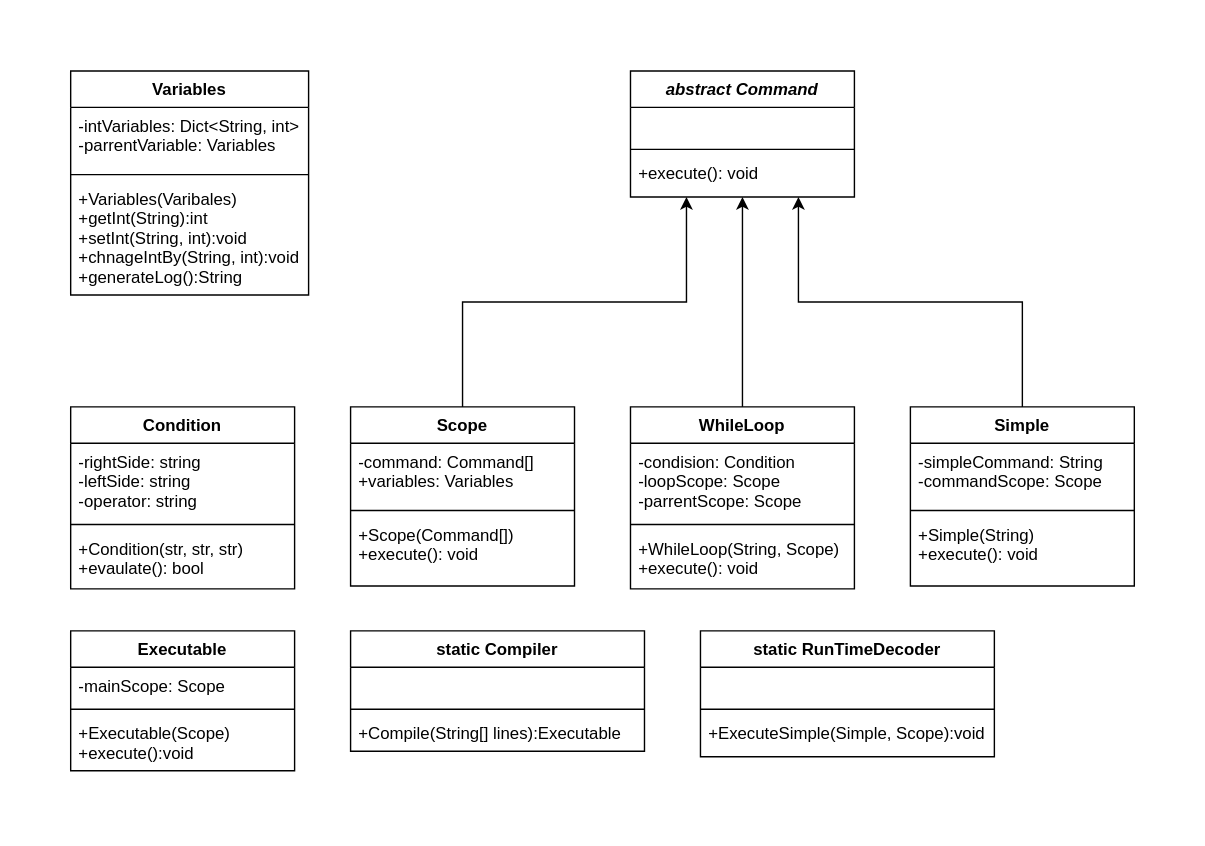
Above: BareBonesInterpreter/documentation/uml.svg in mnokno/SpaceCadets (draw.io), before the change. Source tidied: cells renumbered, new cells last; positions are measured from the earlier drawing's top-left corner, leaving out a move shared by most shapes. Its diagram source:
```xml
<mxGraphModel>
  <root>
    <mxCell id="0" />
    <mxCell id="1" parent="0" />
    <mxCell id="2" style="edgeStyle=orthogonalEdgeStyle;rounded=0;jettySize=auto;html=1;exitX=0.5;exitY=0;exitDx=0;exitDy=0;entryX=0.25;entryY=1;entryDx=0;entryDy=0;" parent="1" edge="1" source="3" target="7">
      <mxGeometry relative="1" as="geometry" />
    </mxCell>
    <mxCell id="3" value="Scope" style="swimlane;fontStyle=1;align=center;verticalAlign=top;horizontal=1;startSize=26;rounded=0;shadow=0;strokeWidth=1;" parent="1" vertex="1">
      <mxGeometry x="200" y="240" width="160" height="128" as="geometry" />
    </mxCell>
    <mxCell id="4" value="-command: Command[]&#10;+variables: Variables" style="text;align=left;verticalAlign=top;spacingLeft=4;spacingRight=4;overflow=hidden;" parent="3" vertex="1">
      <mxGeometry y="26" width="160" height="44" as="geometry" />
    </mxCell>
    <mxCell id="5" style="line;html=1;strokeWidth=1;align=left;verticalAlign=middle;spacingTop=-1;spacingLeft=3;spacingRight=3;labelPosition=right;" parent="3" vertex="1">
      <mxGeometry y="70" width="160" height="8" as="geometry" />
    </mxCell>
    <mxCell id="6" value="+Scope(Command[])&#10;+execute(): void" style="text;align=left;verticalAlign=top;spacingLeft=4;spacingRight=4;overflow=hidden;fontStyle=0;" parent="3" vertex="1">
      <mxGeometry y="78" width="160" height="50" as="geometry" />
    </mxCell>
    <mxCell id="7" value="abstract Command" style="swimlane;fontStyle=3;align=center;verticalAlign=top;horizontal=1;startSize=26;rounded=0;shadow=0;strokeWidth=1;" parent="1" vertex="1">
      <mxGeometry x="400" width="160" height="90" as="geometry" />
    </mxCell>
    <mxCell id="8" value=" " style="text;align=left;verticalAlign=top;spacingLeft=4;spacingRight=4;overflow=hidden;" parent="7" vertex="1">
      <mxGeometry y="26" width="160" height="26" as="geometry" />
    </mxCell>
    <mxCell id="9" style="line;html=1;strokeWidth=1;align=left;verticalAlign=middle;spacingTop=-1;spacingLeft=3;spacingRight=3;labelPosition=right;" parent="7" vertex="1">
      <mxGeometry y="52" width="160" height="8" as="geometry" />
    </mxCell>
    <mxCell id="10" value="+execute(): void" style="text;align=left;verticalAlign=top;spacingLeft=4;spacingRight=4;overflow=hidden;fontStyle=0;" parent="7" vertex="1">
      <mxGeometry y="60" width="160" height="26" as="geometry" />
    </mxCell>
    <mxCell id="11" style="edgeStyle=orthogonalEdgeStyle;rounded=0;jettySize=auto;html=1;exitX=0.5;exitY=0;exitDx=0;exitDy=0;entryX=0.75;entryY=1;entryDx=0;entryDy=0;" parent="1" edge="1" source="12" target="7">
      <mxGeometry relative="1" as="geometry" />
    </mxCell>
    <mxCell id="12" value="Simple" style="swimlane;fontStyle=1;align=center;verticalAlign=top;horizontal=1;startSize=26;rounded=0;shadow=0;strokeWidth=1;" parent="1" vertex="1">
      <mxGeometry x="600" y="240" width="160" height="128" as="geometry" />
    </mxCell>
    <mxCell id="13" value="-simpleCommand: String&#10;-commandScope: Scope" style="text;align=left;verticalAlign=top;spacingLeft=4;spacingRight=4;overflow=hidden;" parent="12" vertex="1">
      <mxGeometry y="26" width="160" height="44" as="geometry" />
    </mxCell>
    <mxCell id="14" style="line;html=1;strokeWidth=1;align=left;verticalAlign=middle;spacingTop=-1;spacingLeft=3;spacingRight=3;labelPosition=right;" parent="12" vertex="1">
      <mxGeometry y="70" width="160" height="8" as="geometry" />
    </mxCell>
    <mxCell id="15" value="+Simple(String)&#10;+execute(): void" style="text;align=left;verticalAlign=top;spacingLeft=4;spacingRight=4;overflow=hidden;fontStyle=0;" parent="12" vertex="1">
      <mxGeometry y="78" width="160" height="50" as="geometry" />
    </mxCell>
    <mxCell id="16" style="edgeStyle=orthogonalEdgeStyle;rounded=0;jettySize=auto;html=1;exitX=0.5;exitY=0;exitDx=0;exitDy=0;entryX=0.5;entryY=1;entryDx=0;entryDy=0;" parent="1" edge="1" source="17" target="7">
      <mxGeometry relative="1" as="geometry" />
    </mxCell>
    <mxCell id="17" value="WhileLoop" style="swimlane;fontStyle=1;align=center;verticalAlign=top;horizontal=1;startSize=26;rounded=0;shadow=0;strokeWidth=1;" parent="1" vertex="1">
      <mxGeometry x="400" y="240" width="160" height="130" as="geometry" />
    </mxCell>
    <mxCell id="18" value="-condision: Condition&#10;-loopScope: Scope&#10;-parrentScope: Scope" style="text;align=left;verticalAlign=top;spacingLeft=4;spacingRight=4;overflow=hidden;" parent="17" vertex="1">
      <mxGeometry y="26" width="160" height="54" as="geometry" />
    </mxCell>
    <mxCell id="19" style="line;html=1;strokeWidth=1;align=left;verticalAlign=middle;spacingTop=-1;spacingLeft=3;spacingRight=3;labelPosition=right;" parent="17" vertex="1">
      <mxGeometry y="80" width="160" height="8" as="geometry" />
    </mxCell>
    <mxCell id="20" value="+WhileLoop(String, Scope)&#10;+execute(): void" style="text;align=left;verticalAlign=top;spacingLeft=4;spacingRight=4;overflow=hidden;fontStyle=0;" parent="17" vertex="1">
      <mxGeometry y="88" width="160" height="42" as="geometry" />
    </mxCell>
    <mxCell id="21" value="Variables" style="swimlane;fontStyle=1;align=center;verticalAlign=top;horizontal=1;startSize=26;" parent="1" vertex="1">
      <mxGeometry width="170" height="160" as="geometry" />
    </mxCell>
    <mxCell id="22" value="-intVariables: Dict&lt;String, int&gt; &#10;-parrentVariable: Variables" style="text;strokeColor=none;fillColor=none;align=left;verticalAlign=top;spacingLeft=4;spacingRight=4;overflow=hidden;" parent="21" vertex="1">
      <mxGeometry y="26" width="170" height="44" as="geometry" />
    </mxCell>
    <mxCell id="23" style="line;strokeWidth=1;fillColor=none;align=left;verticalAlign=middle;spacingTop=-1;spacingLeft=3;spacingRight=3;labelPosition=right;" parent="21" vertex="1">
      <mxGeometry y="70" width="170" height="8" as="geometry" />
    </mxCell>
    <mxCell id="24" value="+Variables(Varibales)&#10;+getInt(String):int&#10;+setInt(String, int):void&#10;+chnageIntBy(String, int):void&#10;+generateLog():String" style="text;strokeColor=none;fillColor=none;align=left;verticalAlign=top;spacingLeft=4;spacingRight=4;overflow=hidden;" parent="21" vertex="1">
      <mxGeometry y="78" width="170" height="82" as="geometry" />
    </mxCell>
    <mxCell id="25" value="static Compiler" style="swimlane;fontStyle=1;align=center;verticalAlign=top;horizontal=1;startSize=26;" parent="1" vertex="1">
      <mxGeometry x="200" y="400" width="210" height="86" as="geometry" />
    </mxCell>
    <mxCell id="26" value="  " style="text;strokeColor=none;fillColor=none;align=left;verticalAlign=top;spacingLeft=4;spacingRight=4;overflow=hidden;" parent="25" vertex="1">
      <mxGeometry y="26" width="210" height="26" as="geometry" />
    </mxCell>
    <mxCell id="27" style="line;strokeWidth=1;fillColor=none;align=left;verticalAlign=middle;spacingTop=-1;spacingLeft=3;spacingRight=3;labelPosition=right;" parent="25" vertex="1">
      <mxGeometry y="52" width="210" height="8" as="geometry" />
    </mxCell>
    <mxCell id="28" value="+Compile(String[] lines):Executable" style="text;strokeColor=none;fillColor=none;align=left;verticalAlign=top;spacingLeft=4;spacingRight=4;overflow=hidden;" parent="25" vertex="1">
      <mxGeometry y="60" width="210" height="26" as="geometry" />
    </mxCell>
    <mxCell id="29" value="Executable" style="swimlane;fontStyle=1;align=center;verticalAlign=top;horizontal=1;startSize=26;" parent="1" vertex="1">
      <mxGeometry y="400" width="160" height="100" as="geometry" />
    </mxCell>
    <mxCell id="30" value="-mainScope: Scope" style="text;strokeColor=none;fillColor=none;align=left;verticalAlign=top;spacingLeft=4;spacingRight=4;overflow=hidden;" parent="29" vertex="1">
      <mxGeometry y="26" width="160" height="26" as="geometry" />
    </mxCell>
    <mxCell id="31" style="line;strokeWidth=1;fillColor=none;align=left;verticalAlign=middle;spacingTop=-1;spacingLeft=3;spacingRight=3;labelPosition=right;" parent="29" vertex="1">
      <mxGeometry y="52" width="160" height="8" as="geometry" />
    </mxCell>
    <mxCell id="32" value="+Executable(Scope)&#10;+execute():void" style="text;strokeColor=none;fillColor=none;align=left;verticalAlign=top;spacingLeft=4;spacingRight=4;overflow=hidden;" parent="29" vertex="1">
      <mxGeometry y="60" width="160" height="40" as="geometry" />
    </mxCell>
    <mxCell id="33" value="static RunTimeDecoder" style="swimlane;fontStyle=1;align=center;verticalAlign=top;horizontal=1;startSize=26;" parent="1" vertex="1">
      <mxGeometry x="450" y="400" width="210" height="90" as="geometry" />
    </mxCell>
    <mxCell id="34" value="  " style="text;strokeColor=none;fillColor=none;align=left;verticalAlign=top;spacingLeft=4;spacingRight=4;overflow=hidden;" parent="33" vertex="1">
      <mxGeometry y="26" width="210" height="26" as="geometry" />
    </mxCell>
    <mxCell id="35" style="line;strokeWidth=1;fillColor=none;align=left;verticalAlign=middle;spacingTop=-1;spacingLeft=3;spacingRight=3;labelPosition=right;" parent="33" vertex="1">
      <mxGeometry y="52" width="210" height="8" as="geometry" />
    </mxCell>
    <mxCell id="36" value="+ExecuteSimple(Simple, Scope):void&#10;" style="text;strokeColor=none;fillColor=none;align=left;verticalAlign=top;spacingLeft=4;spacingRight=4;overflow=hidden;" parent="33" vertex="1">
      <mxGeometry y="60" width="210" height="30" as="geometry" />
    </mxCell>
    <mxCell id="37" value="Condition" style="swimlane;fontStyle=1;align=center;verticalAlign=top;horizontal=1;startSize=26;" parent="1" vertex="1">
      <mxGeometry y="240" width="160" height="130" as="geometry" />
    </mxCell>
    <mxCell id="38" value="-rightSide: string&#10;-leftSide: string&#10;-operator: string&#10;" style="text;strokeColor=none;fillColor=none;align=left;verticalAlign=top;spacingLeft=4;spacingRight=4;overflow=hidden;" parent="37" vertex="1">
      <mxGeometry y="26" width="160" height="54" as="geometry" />
    </mxCell>
    <mxCell id="39" style="line;strokeWidth=1;fillColor=none;align=left;verticalAlign=middle;spacingTop=-1;spacingLeft=3;spacingRight=3;labelPosition=right;" parent="37" vertex="1">
      <mxGeometry y="80" width="160" height="8" as="geometry" />
    </mxCell>
    <mxCell id="40" value="+Condition(str, str, str)&#10;+evaulate(): bool" style="text;strokeColor=none;fillColor=none;align=left;verticalAlign=top;spacingLeft=4;spacingRight=4;overflow=hidden;" parent="37" vertex="1">
      <mxGeometry y="88" width="160" height="42" as="geometry" />
    </mxCell>
  </root>
</mxGraphModel>
```
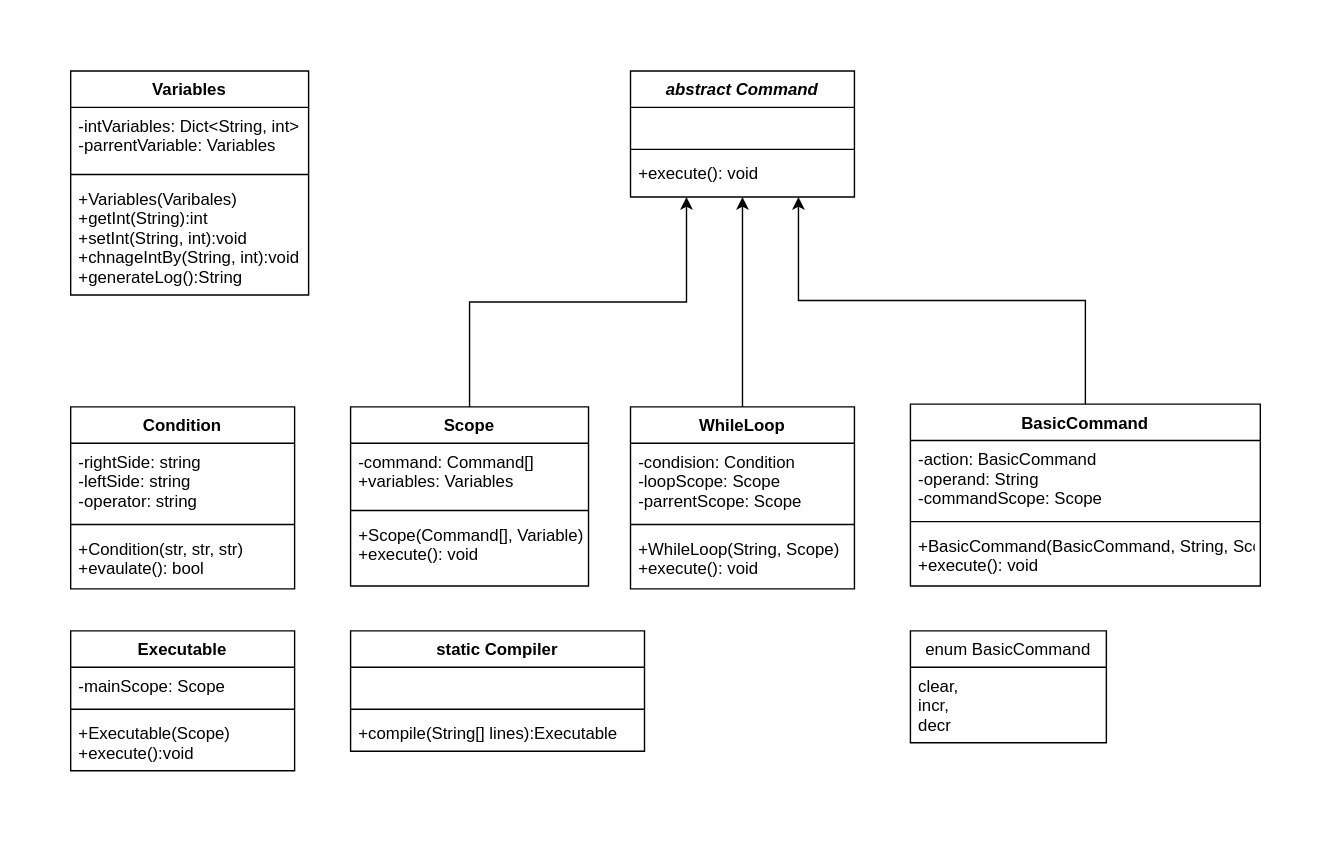
Later version of the same file.

What changed in the source:
```diff
@@ -6,16 +6,16 @@
       <mxGeometry relative="1" as="geometry" />
     </mxCell>
     <mxCell id="3" value="Scope" style="swimlane;fontStyle=1;align=center;verticalAlign=top;horizontal=1;startSize=26;rounded=0;shadow=0;strokeWidth=1;" parent="1" vertex="1">
-      <mxGeometry x="200" y="240" width="160" height="128" as="geometry" />
+      <mxGeometry x="200" y="240" width="170" height="128" as="geometry" />
     </mxCell>
     <mxCell id="4" value="-command: Command[]&#10;+variables: Variables" style="text;align=left;verticalAlign=top;spacingLeft=4;spacingRight=4;overflow=hidden;" parent="3" vertex="1">
-      <mxGeometry y="26" width="160" height="44" as="geometry" />
+      <mxGeometry y="26" width="170" height="44" as="geometry" />
     </mxCell>
     <mxCell id="5" style="line;html=1;strokeWidth=1;align=left;verticalAlign=middle;spacingTop=-1;spacingLeft=3;spacingRight=3;labelPosition=right;" parent="3" vertex="1">
-      <mxGeometry y="70" width="160" height="8" as="geometry" />
+      <mxGeometry y="70" width="170" height="8" as="geometry" />
     </mxCell>
-    <mxCell id="6" value="+Scope(Command[])&#10;+execute(): void" style="text;align=left;verticalAlign=top;spacingLeft=4;spacingRight=4;overflow=hidden;fontStyle=0;" parent="3" vertex="1">
-      <mxGeometry y="78" width="160" height="50" as="geometry" />
+    <mxCell id="6" value="+Scope(Command[], Variable)&#10;+execute(): void" style="text;align=left;verticalAlign=top;spacingLeft=4;spacingRight=4;overflow=hidden;fontStyle=0;" parent="3" vertex="1">
+      <mxGeometry y="78" width="170" height="50" as="geometry" />
     </mxCell>
     <mxCell id="7" value="abstract Command" style="swimlane;fontStyle=3;align=center;verticalAlign=top;horizontal=1;startSize=26;rounded=0;shadow=0;strokeWidth=1;" parent="1" vertex="1">
       <mxGeometry x="400" width="160" height="90" as="geometry" />
@@ -29,21 +29,9 @@
     <mxCell id="10" value="+execute(): void" style="text;align=left;verticalAlign=top;spacingLeft=4;spacingRight=4;overflow=hidden;fontStyle=0;" parent="7" vertex="1">
       <mxGeometry y="60" width="160" height="26" as="geometry" />
     </mxCell>
-    <mxCell id="11" style="edgeStyle=orthogonalEdgeStyle;rounded=0;jettySize=auto;html=1;exitX=0.5;exitY=0;exitDx=0;exitDy=0;entryX=0.75;entryY=1;entryDx=0;entryDy=0;" parent="1" edge="1" source="12" target="7">
+    <mxCell id="11" style="edgeStyle=orthogonalEdgeStyle;rounded=0;jettySize=auto;html=1;exitX=0.5;exitY=0;exitDx=0;exitDy=0;entryX=0.75;entryY=1;entryDx=0;entryDy=0;" parent="1" edge="1" source="41" target="7">
       <mxGeometry relative="1" as="geometry" />
     </mxCell>
-    <mxCell id="12" value="Simple" style="swimlane;fontStyle=1;align=center;verticalAlign=top;horizontal=1;startSize=26;rounded=0;shadow=0;strokeWidth=1;" parent="1" vertex="1">
-      <mxGeometry x="600" y="240" width="160" height="128" as="geometry" />
-    </mxCell>
-    <mxCell id="13" value="-simpleCommand: String&#10;-commandScope: Scope" style="text;align=left;verticalAlign=top;spacingLeft=4;spacingRight=4;overflow=hidden;" parent="12" vertex="1">
-      <mxGeometry y="26" width="160" height="44" as="geometry" />
-    </mxCell>
-    <mxCell id="14" style="line;html=1;strokeWidth=1;align=left;verticalAlign=middle;spacingTop=-1;spacingLeft=3;spacingRight=3;labelPosition=right;" parent="12" vertex="1">
-      <mxGeometry y="70" width="160" height="8" as="geometry" />
-    </mxCell>
-    <mxCell id="15" value="+Simple(String)&#10;+execute(): void" style="text;align=left;verticalAlign=top;spacingLeft=4;spacingRight=4;overflow=hidden;fontStyle=0;" parent="12" vertex="1">
-      <mxGeometry y="78" width="160" height="50" as="geometry" />
-    </mxCell>
     <mxCell id="16" style="edgeStyle=orthogonalEdgeStyle;rounded=0;jettySize=auto;html=1;exitX=0.5;exitY=0;exitDx=0;exitDy=0;entryX=0.5;entryY=1;entryDx=0;entryDy=0;" parent="1" edge="1" source="17" target="7">
       <mxGeometry relative="1" as="geometry" />
     </mxCell>
@@ -80,7 +68,7 @@
     <mxCell id="27" style="line;strokeWidth=1;fillColor=none;align=left;verticalAlign=middle;spacingTop=-1;spacingLeft=3;spacingRight=3;labelPosition=right;" parent="25" vertex="1">
       <mxGeometry y="52" width="210" height="8" as="geometry" />
     </mxCell>
-    <mxCell id="28" value="+Compile(String[] lines):Executable" style="text;strokeColor=none;fillColor=none;align=left;verticalAlign=top;spacingLeft=4;spacingRight=4;overflow=hidden;" parent="25" vertex="1">
+    <mxCell id="28" value="+compile(String[] lines):Executable" style="text;strokeColor=none;fillColor=none;align=left;verticalAlign=top;spacingLeft=4;spacingRight=4;overflow=hidden;" parent="25" vertex="1">
       <mxGeometry y="60" width="210" height="26" as="geometry" />
     </mxCell>
     <mxCell id="29" value="Executable" style="swimlane;fontStyle=1;align=center;verticalAlign=top;horizontal=1;startSize=26;" parent="1" vertex="1">
@@ -95,18 +83,6 @@
     <mxCell id="32" value="+Executable(Scope)&#10;+execute():void" style="text;strokeColor=none;fillColor=none;align=left;verticalAlign=top;spacingLeft=4;spacingRight=4;overflow=hidden;" parent="29" vertex="1">
       <mxGeometry y="60" width="160" height="40" as="geometry" />
     </mxCell>
-    <mxCell id="33" value="static RunTimeDecoder" style="swimlane;fontStyle=1;align=center;verticalAlign=top;horizontal=1;startSize=26;" parent="1" vertex="1">
-      <mxGeometry x="450" y="400" width="210" height="90" as="geometry" />
-    </mxCell>
-    <mxCell id="34" value="  " style="text;strokeColor=none;fillColor=none;align=left;verticalAlign=top;spacingLeft=4;spacingRight=4;overflow=hidden;" parent="33" vertex="1">
-      <mxGeometry y="26" width="210" height="26" as="geometry" />
-    </mxCell>
-    <mxCell id="35" style="line;strokeWidth=1;fillColor=none;align=left;verticalAlign=middle;spacingTop=-1;spacingLeft=3;spacingRight=3;labelPosition=right;" parent="33" vertex="1">
-      <mxGeometry y="52" width="210" height="8" as="geometry" />
-    </mxCell>
-    <mxCell id="36" value="+ExecuteSimple(Simple, Scope):void&#10;" style="text;strokeColor=none;fillColor=none;align=left;verticalAlign=top;spacingLeft=4;spacingRight=4;overflow=hidden;" parent="33" vertex="1">
-      <mxGeometry y="60" width="210" height="30" as="geometry" />
-    </mxCell>
     <mxCell id="37" value="Condition" style="swimlane;fontStyle=1;align=center;verticalAlign=top;horizontal=1;startSize=26;" parent="1" vertex="1">
       <mxGeometry y="240" width="160" height="130" as="geometry" />
     </mxCell>
@@ -119,5 +95,23 @@
     <mxCell id="40" value="+Condition(str, str, str)&#10;+evaulate(): bool" style="text;strokeColor=none;fillColor=none;align=left;verticalAlign=top;spacingLeft=4;spacingRight=4;overflow=hidden;" parent="37" vertex="1">
       <mxGeometry y="88" width="160" height="42" as="geometry" />
     </mxCell>
+    <mxCell id="41" value="BasicCommand" style="swimlane;fontStyle=1;align=center;verticalAlign=top;horizontal=1;startSize=26;" parent="1" vertex="1">
+      <mxGeometry x="600" y="238" width="250" height="130" as="geometry" />
+    </mxCell>
+    <mxCell id="42" value="-action: BasicAction&#10;-operand: String&#10;-commandScope: Scope" style="text;strokeColor=none;fillColor=none;align=left;verticalAlign=top;spacingLeft=4;spacingRight=4;overflow=hidden;" parent="41" vertex="1">
+      <mxGeometry y="26" width="250" height="54" as="geometry" />
+    </mxCell>
+    <mxCell id="43" style="line;strokeWidth=1;fillColor=none;align=left;verticalAlign=middle;spacingTop=-1;spacingLeft=3;spacingRight=3;labelPosition=right;" parent="41" vertex="1">
+      <mxGeometry y="80" width="250" height="8" as="geometry" />
+    </mxCell>
+    <mxCell id="44" value="+BasicCommand(BasicAction, String, Scope)&#10;+execute(): void" style="text;strokeColor=none;fillColor=none;align=left;verticalAlign=top;spacingLeft=4;spacingRight=4;overflow=hidden;" parent="41" vertex="1">
+      <mxGeometry y="88" width="250" height="42" as="geometry" />
+    </mxCell>
+    <mxCell id="45" value="enum BasicAction" style="swimlane;fontStyle=0;horizontal=1;startSize=26;fillColor=none;" parent="1" vertex="1">
+      <mxGeometry x="600" y="400" width="140" height="80" as="geometry" />
+    </mxCell>
+    <mxCell id="46" value="clear,&#10;incr,&#10;decr&#10;" style="text;strokeColor=none;fillColor=none;align=left;verticalAlign=top;spacingLeft=4;spacingRight=4;overflow=hidden;" parent="45" vertex="1">
+      <mxGeometry y="26" width="140" height="54" as="geometry" />
+    </mxCell>
   </root>
 </mxGraphModel>
```
